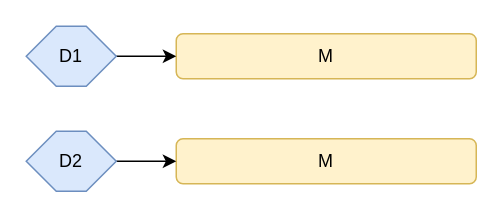
Before: 数据并行.drawio in mulanfly/diagrams, a draw.io diagram. Source tidied: cells renumbered, new cells numbered last; positions are measured from the earlier drawing's top-left corner, leaving out a move shared by most shapes. Both pictures are drawn from the tidied source at 150%, with x=0, y=0 at pixel (26, 26).
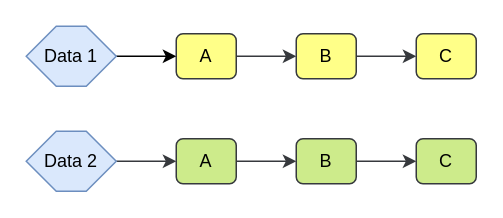
After the change.

Commit message (it also covers changes not shown here):
更新数据并行.drawio

What changed in the source:
```diff
@@
 <mxGraphModel>
   <root>
     <mxCell id="0" />
     <mxCell id="1" parent="0" />
+    <mxCell id="8" style="edgeStyle=orthogonalEdgeStyle;rounded=0;jettySize=auto;html=1;exitX=1;exitY=0.5;exitDx=0;exitDy=0;entryX=0;entryY=0.5;entryDx=0;entryDy=0;fillColor=#ffff88;strokeColor=#36393d;" parent="1" edge="1" source="2" target="10">
+      <mxGeometry relative="1" as="geometry" />
+    </mxCell>
-    <mxCell id="2" value="M" style="rounded=1;whiteSpace=wrap;html=1;fillColor=#fff2cc;strokeColor=#d6b656;" parent="1" vertex="1">
-      <mxGeometry x="100" y="5" width="200" height="30" as="geometry" />
+    <mxCell id="2" value="A" style="rounded=1;whiteSpace=wrap;html=1;fillColor=#ffff88;strokeColor=#36393d;shadow=0;sketch=0;glass=0;" parent="1" vertex="1">
+      <mxGeometry x="100" y="5" width="40" height="30" as="geometry" />
     </mxCell>
     <mxCell id="3" style="edgeStyle=orthogonalEdgeStyle;rounded=0;jettySize=auto;html=1;exitX=1;exitY=0.5;exitDx=0;exitDy=0;entryX=0;entryY=0.5;entryDx=0;entryDy=0;" parent="1" edge="1" source="4" target="2">
       <mxGeometry relative="1" as="geometry" />
     </mxCell>
-    <mxCell id="4" value="D1" style="shape=hexagon;perimeter=hexagonPerimeter2;whiteSpace=wrap;html=1;fixedSize=1;fillColor=#dae8fc;strokeColor=#6c8ebf;" parent="1" vertex="1">
+    <mxCell id="4" value="Data 1" style="shape=hexagon;perimeter=hexagonPerimeter2;whiteSpace=wrap;html=1;fixedSize=1;fillColor=#dae8fc;strokeColor=#6c8ebf;" parent="1" vertex="1">
       <mxGeometry width="60" height="40" as="geometry" />
     </mxCell>
-    <mxCell id="5" value="M" style="rounded=1;whiteSpace=wrap;html=1;fillColor=#fff2cc;strokeColor=#d6b656;" parent="1" vertex="1">
-      <mxGeometry x="100" y="75" width="200" height="30" as="geometry" />
-    </mxCell>
-    <mxCell id="6" style="edgeStyle=orthogonalEdgeStyle;rounded=0;jettySize=auto;html=1;exitX=1;exitY=0.5;exitDx=0;exitDy=0;entryX=0;entryY=0.5;entryDx=0;entryDy=0;" parent="1" edge="1" source="7" target="5">
-      <mxGeometry relative="1" as="geometry" />
+    <mxCell id="6" style="edgeStyle=orthogonalEdgeStyle;rounded=0;jettySize=auto;html=1;exitX=1;exitY=0.5;exitDx=0;exitDy=0;entryX=0;entryY=0.5;entryDx=0;entryDy=0;fillColor=#ffff88;strokeColor=#36393d;" parent="1" edge="1" source="7">
+      <mxGeometry relative="1" as="geometry">
+        <mxPoint x="100" y="90" as="targetPoint" />
+      </mxGeometry>
     </mxCell>
-    <mxCell id="7" value="D2" style="shape=hexagon;perimeter=hexagonPerimeter2;whiteSpace=wrap;html=1;fixedSize=1;fillColor=#dae8fc;strokeColor=#6c8ebf;" parent="1" vertex="1">
+    <mxCell id="7" value="Data 2" style="shape=hexagon;perimeter=hexagonPerimeter2;whiteSpace=wrap;html=1;fixedSize=1;fillColor=#dae8fc;strokeColor=#6c8ebf;" parent="1" vertex="1">
       <mxGeometry y="70" width="60" height="40" as="geometry" />
     </mxCell>
+    <mxCell id="9" style="edgeStyle=orthogonalEdgeStyle;rounded=0;jettySize=auto;html=1;exitX=1;exitY=0.5;exitDx=0;exitDy=0;entryX=0;entryY=0.5;entryDx=0;entryDy=0;fillColor=#ffff88;strokeColor=#36393d;" parent="1" edge="1" source="10" target="11">
+      <mxGeometry relative="1" as="geometry" />
+    </mxCell>
+    <mxCell id="10" value="B" style="rounded=1;whiteSpace=wrap;html=1;fillColor=#ffff88;strokeColor=#36393d;shadow=0;sketch=0;glass=0;" parent="1" vertex="1">
+      <mxGeometry x="180" y="5" width="40" height="30" as="geometry" />
+    </mxCell>
+    <mxCell id="11" value="C" style="rounded=1;whiteSpace=wrap;html=1;fillColor=#ffff88;strokeColor=#36393d;shadow=0;sketch=0;glass=0;" parent="1" vertex="1">
+      <mxGeometry x="260" y="5" width="40" height="30" as="geometry" />
+    </mxCell>
+    <mxCell id="12" style="edgeStyle=orthogonalEdgeStyle;rounded=0;jettySize=auto;html=1;exitX=1;exitY=0.5;exitDx=0;exitDy=0;entryX=0;entryY=0.5;entryDx=0;entryDy=0;fillColor=#cdeb8b;strokeColor=#36393d;" parent="1" edge="1" source="13" target="15">
+      <mxGeometry relative="1" as="geometry" />
+    </mxCell>
+    <mxCell id="13" value="A" style="rounded=1;whiteSpace=wrap;html=1;fillColor=#cdeb8b;strokeColor=#36393d;shadow=0;sketch=0;glass=0;" parent="1" vertex="1">
+      <mxGeometry x="100" y="75" width="40" height="30" as="geometry" />
+    </mxCell>
+    <mxCell id="14" style="edgeStyle=orthogonalEdgeStyle;rounded=0;jettySize=auto;html=1;exitX=1;exitY=0.5;exitDx=0;exitDy=0;entryX=0;entryY=0.5;entryDx=0;entryDy=0;fillColor=#cdeb8b;strokeColor=#36393d;" parent="1" edge="1" source="15" target="16">
+      <mxGeometry relative="1" as="geometry" />
+    </mxCell>
+    <mxCell id="15" value="B" style="rounded=1;whiteSpace=wrap;html=1;fillColor=#cdeb8b;strokeColor=#36393d;shadow=0;sketch=0;glass=0;" parent="1" vertex="1">
+      <mxGeometry x="180" y="75" width="40" height="30" as="geometry" />
+    </mxCell>
+    <mxCell id="16" value="C" style="rounded=1;whiteSpace=wrap;html=1;fillColor=#cdeb8b;strokeColor=#36393d;shadow=0;sketch=0;glass=0;" parent="1" vertex="1">
+      <mxGeometry x="260" y="75" width="40" height="30" as="geometry" />
+    </mxCell>
   </root>
 </mxGraphModel>
```
